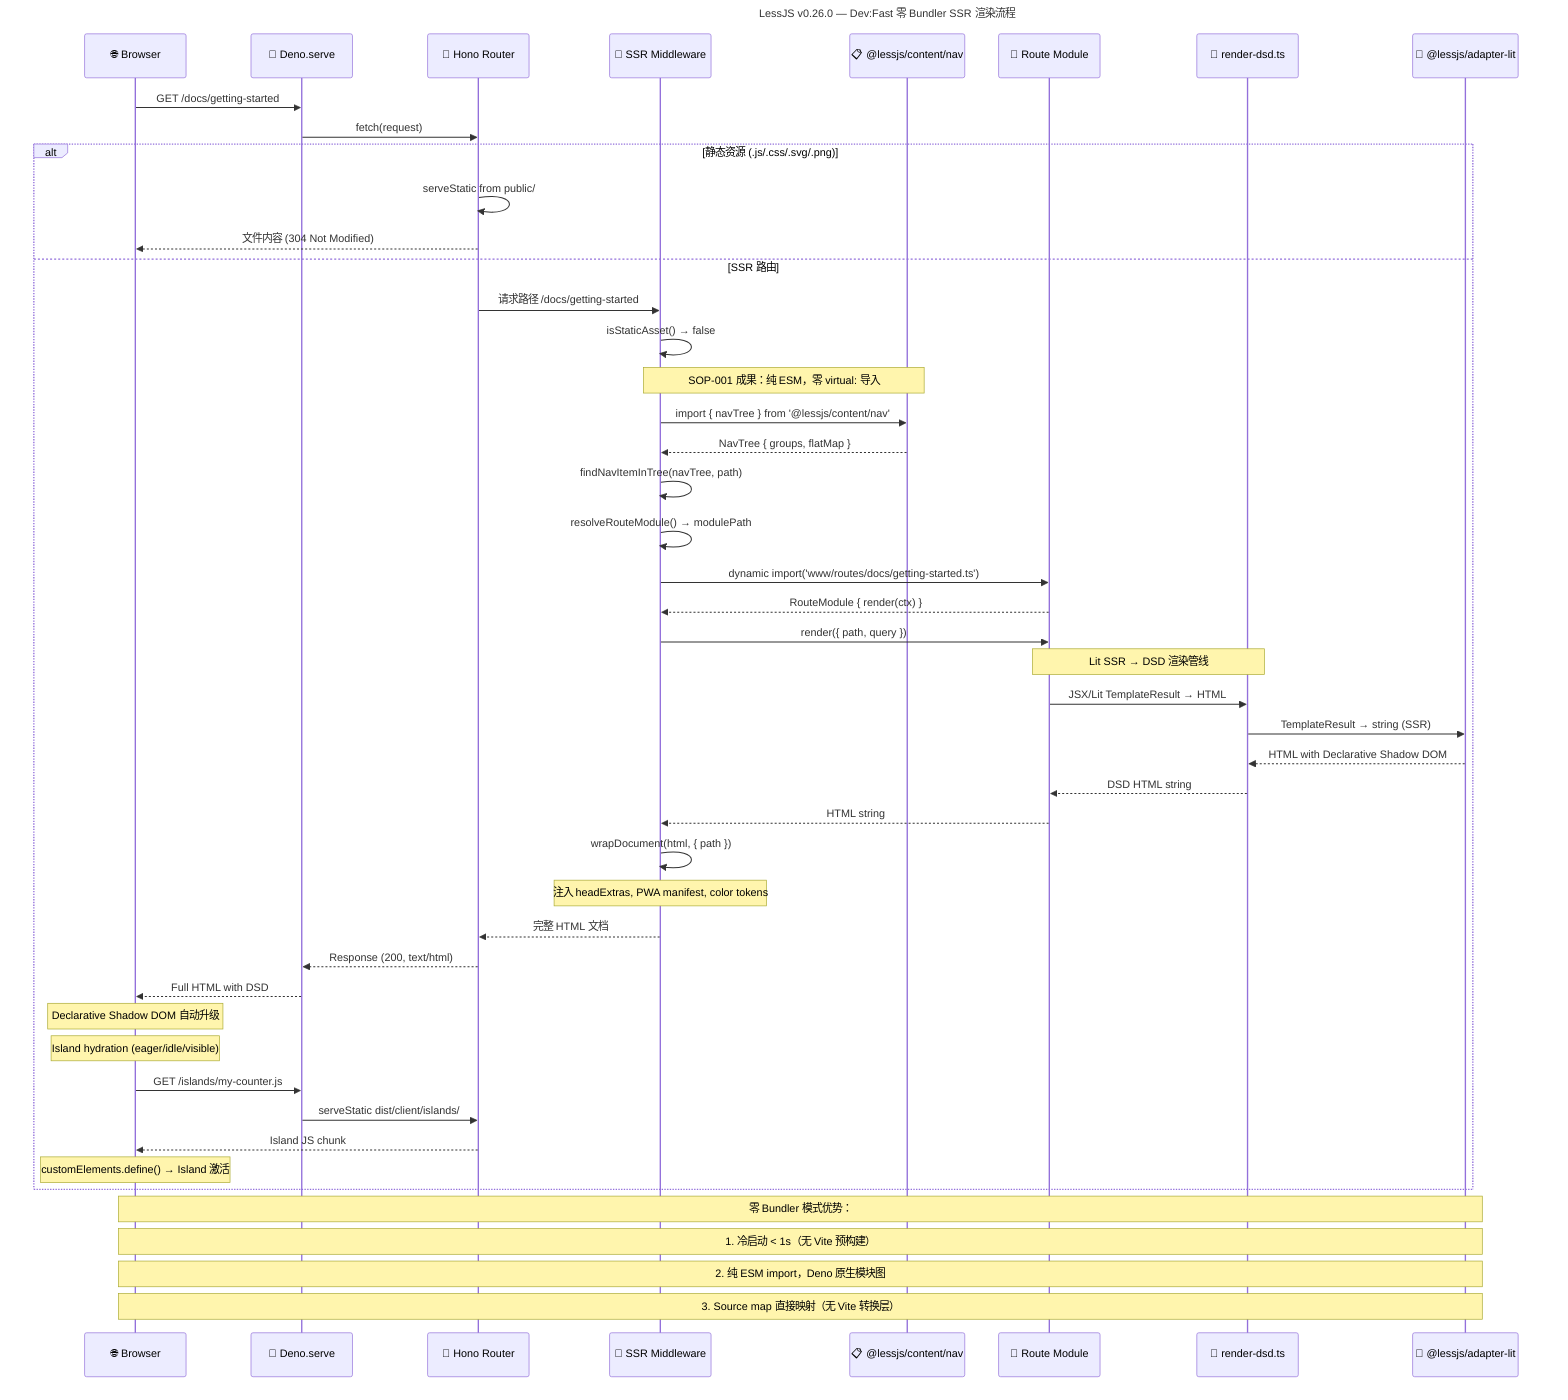
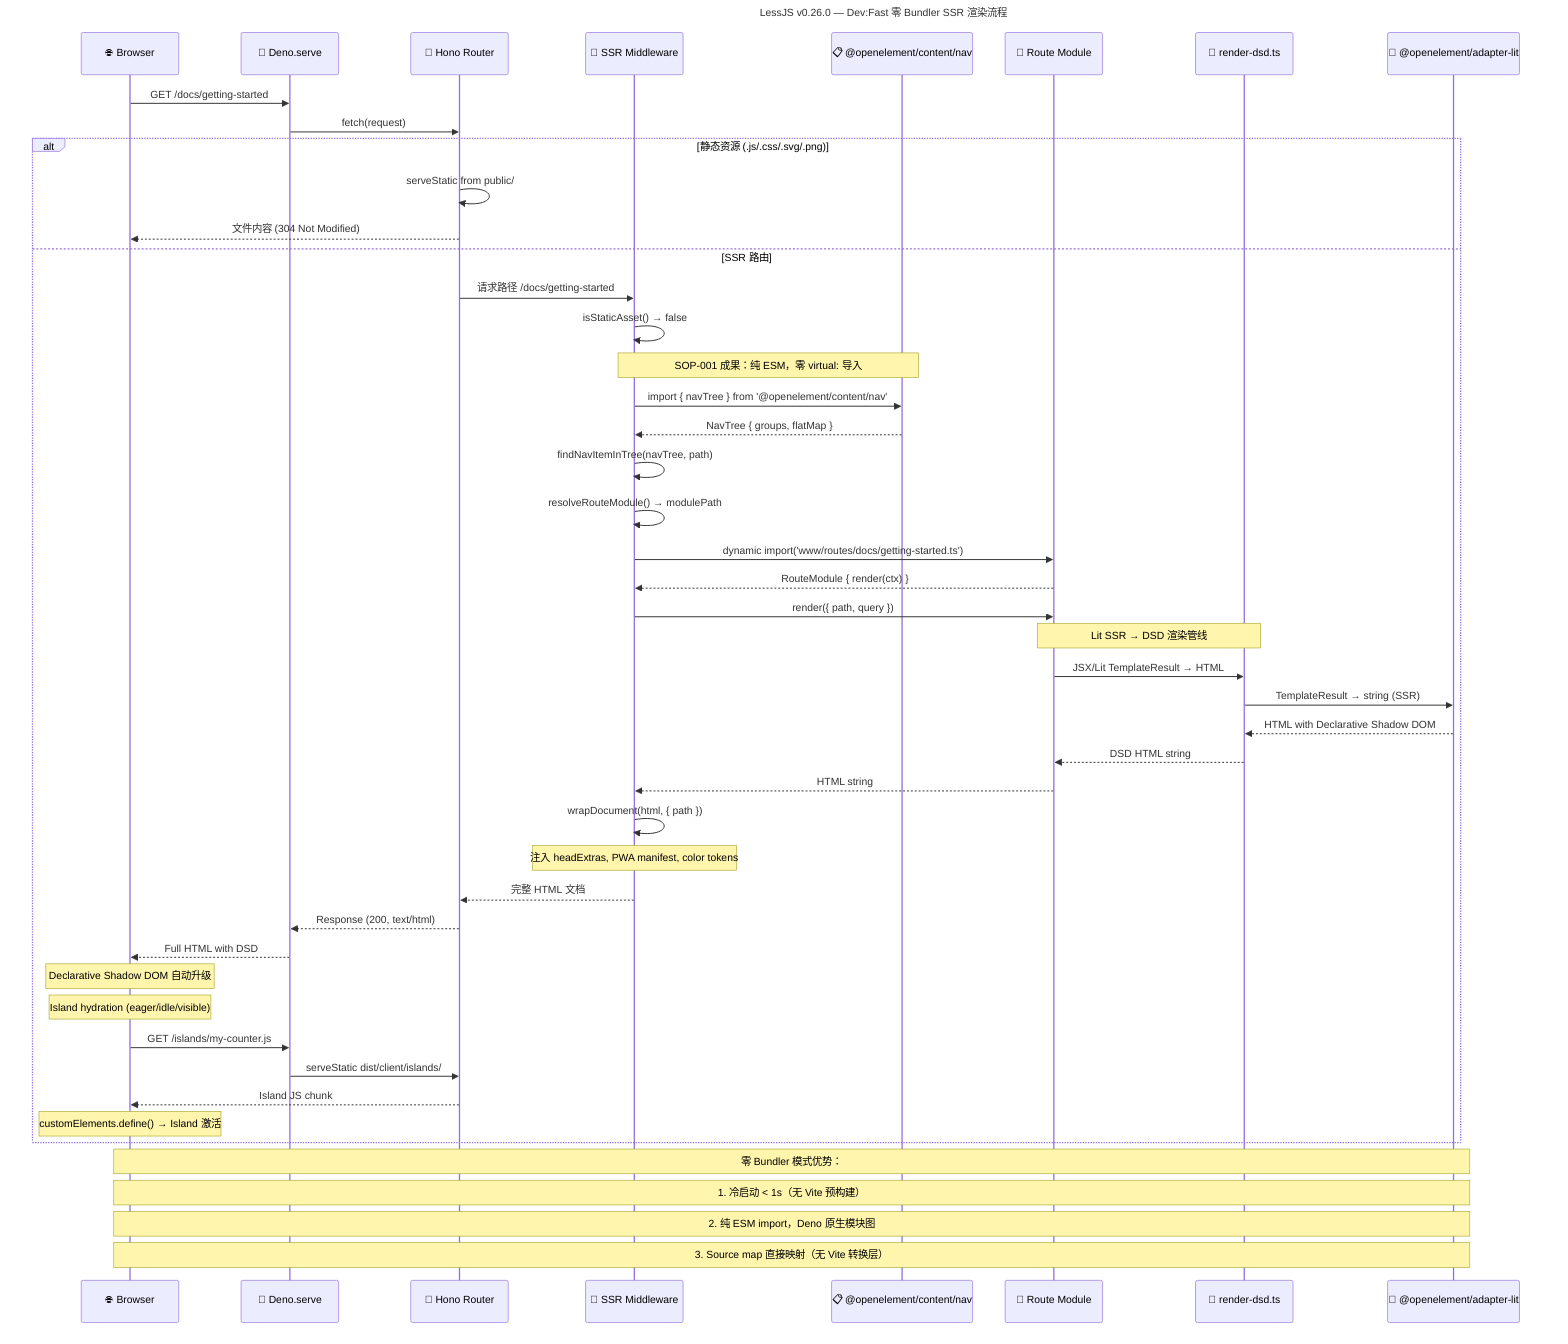
- sequenceDiagram
+ ﻿sequenceDiagram
    title LessJS v0.26.0 — Dev:Fast 零 Bundler SSR 渲染流程

    participant Browser as 🌐 Browser
    participant Deno as 🦕 Deno.serve
    participant Hono as 🔀 Hono Router
    participant SSR as 🧩 SSR Middleware
-     participant NavData as 📋 @lessjs/content/nav
+     participant NavData as 📋 @openelement/content/nav
    participant RouteModule as 📄 Route Module
    participant RenderDSD as 🎨 render-dsd.ts
-     participant AdapterLit as 🔌 @lessjs/adapter-lit
+     participant AdapterLit as 🔌 @openelement/adapter-lit

    Browser->>Deno: GET /docs/getting-started
    Deno->>Hono: fetch(request)

    alt 静态资源 (.js/.css/.svg/.png)
        Hono->>Hono: serveStatic from public/
        Hono-->>Browser: 文件内容 (304 Not Modified)
    else SSR 路由
        Hono->>SSR: 请求路径 /docs/getting-started
        SSR->>SSR: isStaticAsset() → false

        Note over SSR,NavData: SOP-001 成果：纯 ESM，零 virtual: 导入
-         SSR->>NavData: import { navTree } from '@lessjs/content/nav'
+         SSR->>NavData: import { navTree } from '@openelement/content/nav'
        NavData-->>SSR: NavTree { groups, flatMap }

        SSR->>SSR: findNavItemInTree(navTree, path)
        SSR->>SSR: resolveRouteModule() → modulePath

        SSR->>RouteModule: dynamic import('www/routes/docs/getting-started.ts')
        RouteModule-->>SSR: RouteModule { render(ctx) }

        SSR->>RouteModule: render({ path, query })

        Note over RouteModule,RenderDSD: Lit SSR → DSD 渲染管线
        RouteModule->>RenderDSD: JSX/Lit TemplateResult → HTML
        RenderDSD->>AdapterLit: TemplateResult → string (SSR)
        AdapterLit-->>RenderDSD: HTML with Declarative Shadow DOM
        RenderDSD-->>RouteModule: DSD HTML string

        RouteModule-->>SSR: HTML string

        SSR->>SSR: wrapDocument(html, { path })
        Note over SSR: 注入 headExtras, PWA manifest, color tokens

        SSR-->>Hono: 完整 HTML 文档
        Hono-->>Deno: Response (200, text/html)
        Deno-->>Browser: Full HTML with DSD

        Note over Browser: Declarative Shadow DOM 自动升级
        Note over Browser: Island hydration (eager/idle/visible)

        Browser->>Deno: GET /islands/my-counter.js
        Deno->>Hono: serveStatic dist/client/islands/
        Hono-->>Browser: Island JS chunk
        Note over Browser: customElements.define() → Island 激活
    end

    Note over Browser,AdapterLit: 零 Bundler 模式优势：
    Note over Browser,AdapterLit: 1. 冷启动 < 1s（无 Vite 预构建）
    Note over Browser,AdapterLit: 2. 纯 ESM import，Deno 原生模块图
    Note over Browser,AdapterLit: 3. Source map 直接映射（无 Vite 转换层）
